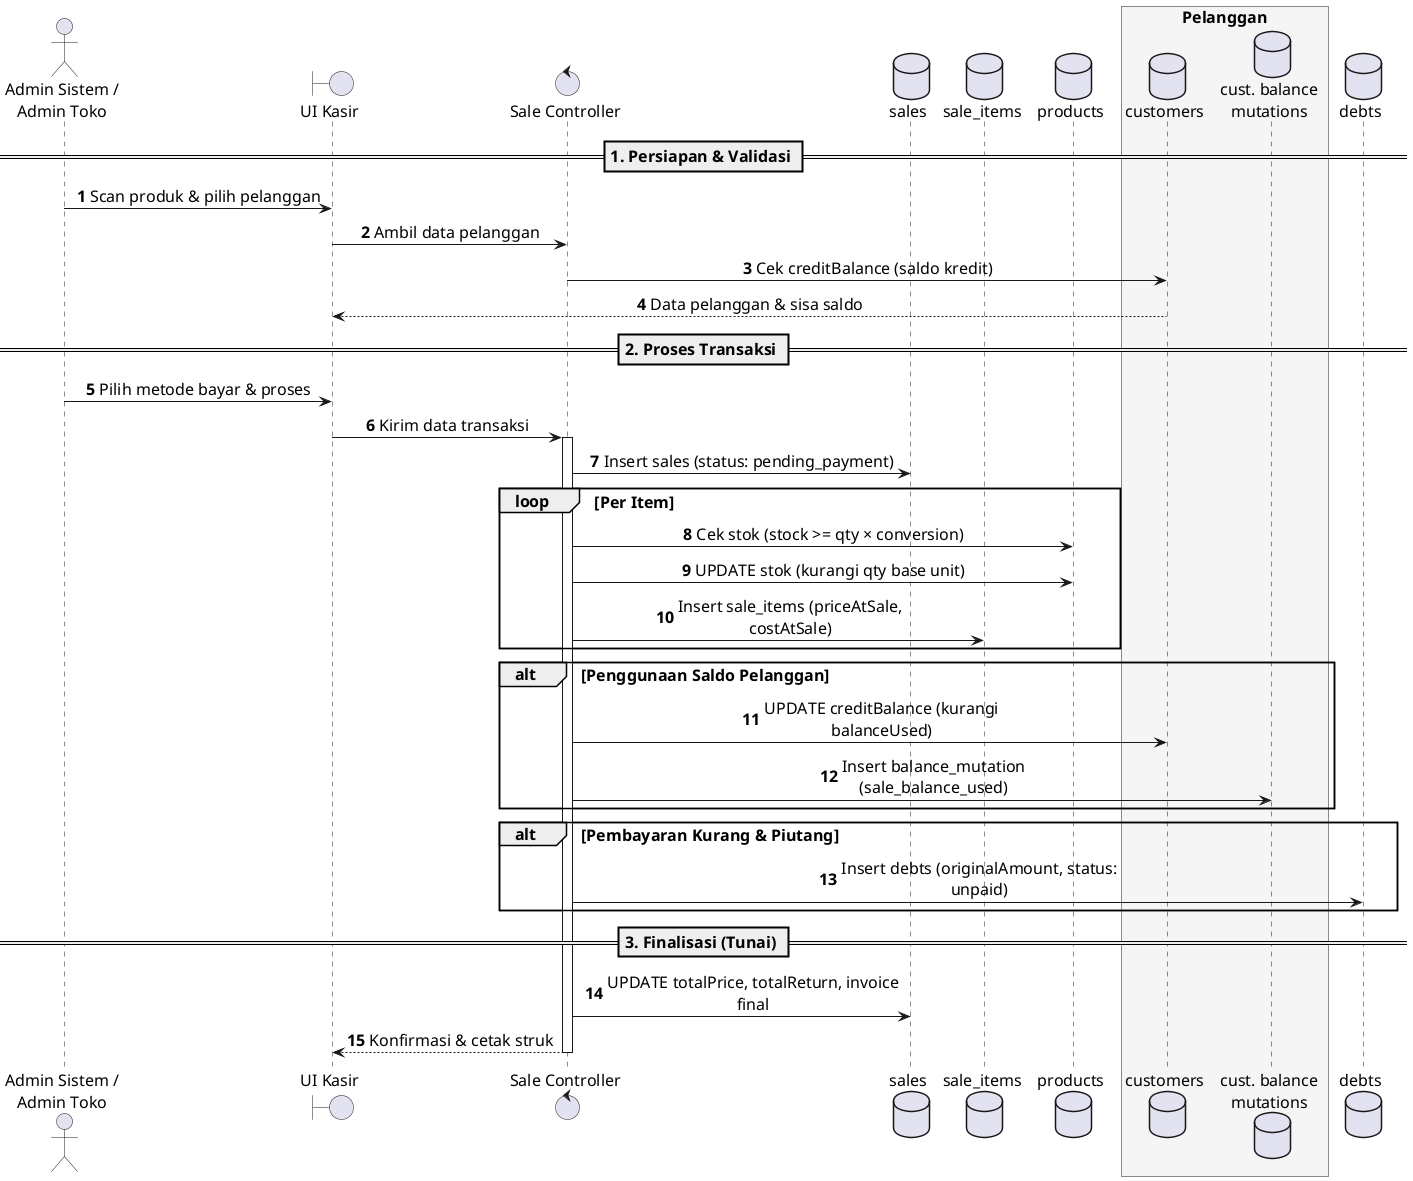
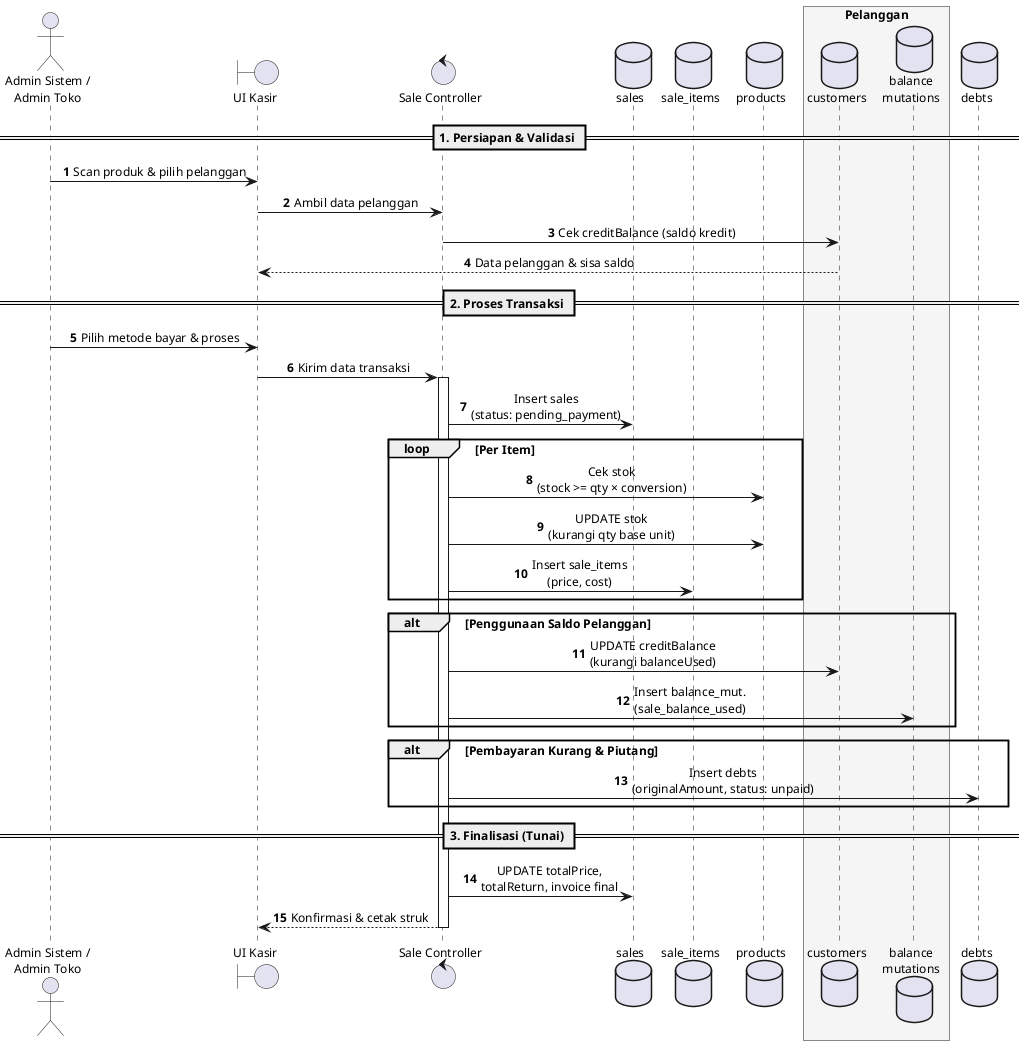
@startuml Sales_Transaction_Sequence
autonumber

skinparam BoxPadding 5
skinparam ParticipantPadding 8
- skinparam defaultFontSize 16
- skinparam maxMessageSize 300
+ skinparam defaultFontSize 12
+ skinparam maxMessageSize 250
skinparam sequenceMessageAlign center

actor "Admin Sistem /\nAdmin Toko" as Admin
boundary "UI Kasir" as UI
control "Sale Controller" as Ctrl
database "sales" as s
database "sale_items" as si
database "products" as p
box "Pelanggan" #F5F5F5
    database "customers" as c
-     database "cust. balance\nmutations" as bm
+     database "balance\nmutations" as bm
end box
database "debts" as d

== 1. Persiapan & Validasi ==
Admin -> UI : Scan produk & pilih pelanggan
UI -> Ctrl : Ambil data pelanggan
Ctrl -> c : Cek creditBalance (saldo kredit)
c --> UI : Data pelanggan & sisa saldo

== 2. Proses Transaksi ==
Admin -> UI : Pilih metode bayar & proses
UI -> Ctrl : Kirim data transaksi
activate Ctrl

- Ctrl -> s : Insert sales (status: pending_payment)
+ Ctrl -> s : Insert sales\n(status: pending_payment)

loop Per Item
-     Ctrl -> p : Cek stok (stock >= qty × conversion)
-     Ctrl -> p : UPDATE stok (kurangi qty base unit)
-     Ctrl -> si : Insert sale_items (priceAtSale, costAtSale)
+     Ctrl -> p : Cek stok\n(stock >= qty × conversion)
+     Ctrl -> p : UPDATE stok\n(kurangi qty base unit)
+     Ctrl -> si : Insert sale_items\n(price, cost)
end

alt Penggunaan Saldo Pelanggan
-     Ctrl -> c : UPDATE creditBalance (kurangi balanceUsed)
-     Ctrl -> bm : Insert balance_mutation (sale_balance_used)
+     Ctrl -> c : UPDATE creditBalance\n(kurangi balanceUsed)
+     Ctrl -> bm : Insert balance_mut.\n(sale_balance_used)
end

alt Pembayaran Kurang & Piutang
-     Ctrl -> d : Insert debts (originalAmount, status: unpaid)
+     Ctrl -> d : Insert debts\n(originalAmount, status: unpaid)
end

== 3. Finalisasi (Tunai) ==
- Ctrl -> s : UPDATE totalPrice, totalReturn, invoice final
+ Ctrl -> s : UPDATE totalPrice,\ntotalReturn, invoice final
Ctrl --> UI : Konfirmasi & cetak struk
deactivate Ctrl

@enduml
